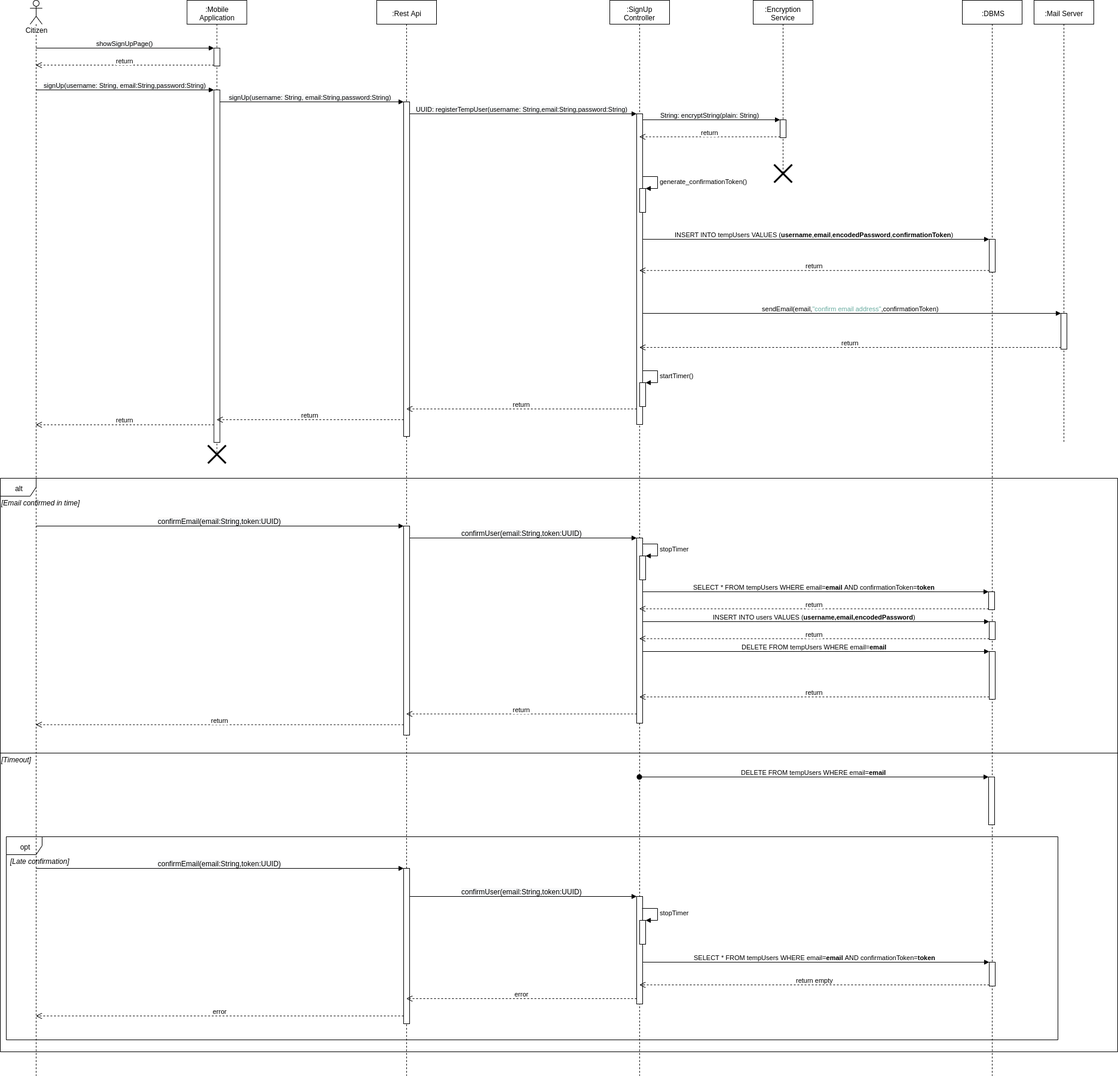
This is DD/images/Register_citizen_sequence_diagram.png from University-Projects-Secco/RahbariSecco, a draw.io export, as it was before one commit. Source tidied: cells renumbered, new cells last; positions are measured from the earlier drawing's top-left corner, leaving out a move shared by most shapes.
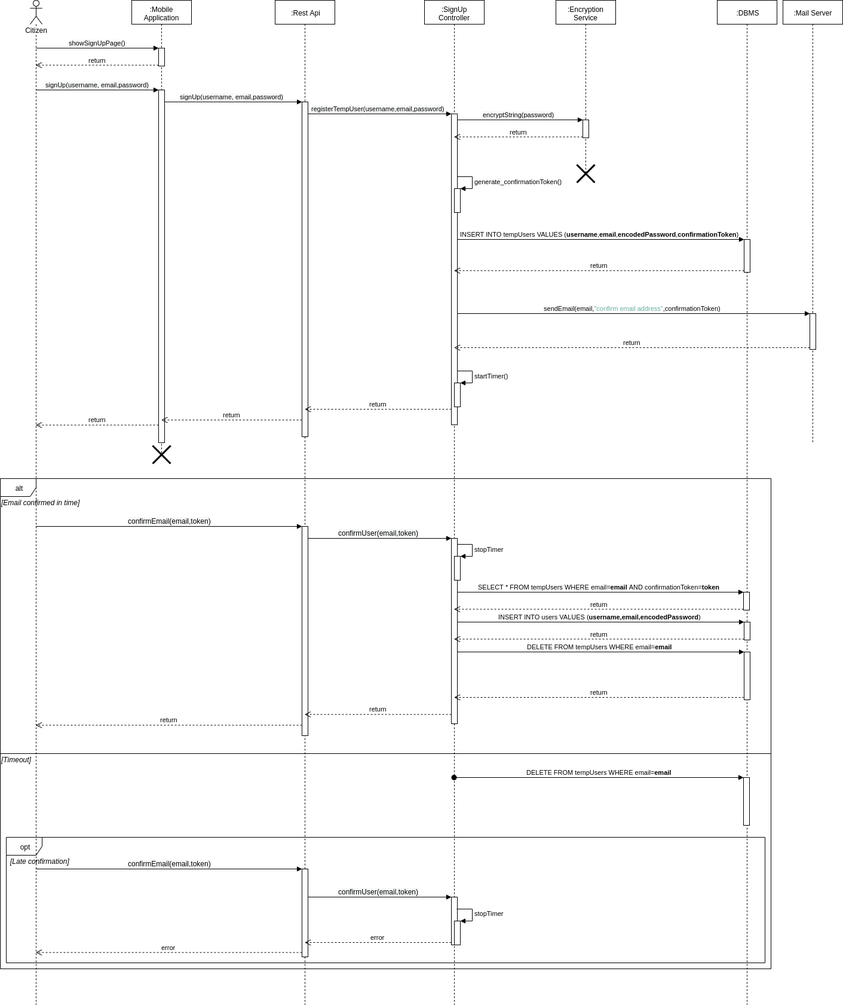
Above is the later version.

The edit, as a diff of the source:
```diff
@@ -2,16 +2,19 @@
   <root>
     <mxCell id="0" />
     <mxCell id="1" parent="0" />
+    <mxCell id="3" value="alt" style="shape=umlFrame;whiteSpace=wrap;html=1;" parent="1" vertex="1">
+      <mxGeometry y="800" width="1290" height="820" as="geometry" />
+    </mxCell>
+    <mxCell id="14" value="opt" style="shape=umlFrame;whiteSpace=wrap;html=1;" parent="1" vertex="1">
+      <mxGeometry x="10" y="1400" width="1270" height="210" as="geometry" />
+    </mxCell>
-    <mxCell id="2" value="&lt;span style=&quot;text-align: left ; background-color: rgb(248 , 249 , 250)&quot;&gt;String: encryptString(plain: String)&lt;/span&gt;" style="html=1;verticalAlign=bottom;endArrow=block;entryX=0;entryY=0;" parent="1" edge="1" source="53" target="25">
+    <mxCell id="2" value="&lt;span style=&quot;text-align: left ; background-color: rgb(248 , 249 , 250)&quot;&gt;encryptString(password)&lt;/span&gt;" style="html=1;verticalAlign=bottom;endArrow=block;entryX=0;entryY=0;" parent="1" edge="1" source="53" target="25">
       <mxGeometry relative="1" as="geometry" />
     </mxCell>
-    <mxCell id="3" value="alt" style="shape=umlFrame;whiteSpace=wrap;html=1;" parent="1" vertex="1">
-      <mxGeometry y="800" width="1870" height="960" as="geometry" />
-    </mxCell>
-    <mxCell id="4" value="&lt;span style=&quot;text-align: left ; background-color: rgb(248 , 249 , 250)&quot;&gt;signUp(username: String, email:String,password:String)&lt;/span&gt;" style="html=1;verticalAlign=bottom;endArrow=block;entryX=0;entryY=0;" parent="1" edge="1" source="16" target="21">
+    <mxCell id="4" value="&lt;span style=&quot;text-align: left ; background-color: rgb(248 , 249 , 250)&quot;&gt;signUp(username, email,password)&lt;/span&gt;" style="html=1;verticalAlign=bottom;endArrow=block;entryX=0;entryY=0;" parent="1" edge="1" source="16" target="21">
       <mxGeometry relative="1" as="geometry" />
     </mxCell>
-    <mxCell id="5" value="&lt;span style=&quot;text-align: left ; background-color: rgb(248 , 249 , 250)&quot;&gt;UUID: registerTempUser(username: String,email:String,password:String)&lt;/span&gt;" style="html=1;verticalAlign=bottom;endArrow=block;entryX=0;entryY=0;" parent="1" edge="1" source="20" target="54">
+    <mxCell id="5" value="&lt;span style=&quot;text-align: left ; background-color: rgb(248 , 249 , 250)&quot;&gt;registerTempUser(username,email,password)&lt;/span&gt;" style="html=1;verticalAlign=bottom;endArrow=block;entryX=0;entryY=0;" parent="1" edge="1" source="20" target="54">
       <mxGeometry relative="1" as="geometry" />
     </mxCell>
     <mxCell id="6" value="INSERT INTO tempUsers VALUES (&lt;b&gt;username&lt;/b&gt;,&lt;b&gt;email&lt;/b&gt;,&lt;b&gt;encodedPassword&lt;/b&gt;,&lt;b&gt;confirmationToken&lt;/b&gt;)" style="html=1;verticalAlign=bottom;endArrow=block;entryX=0;entryY=0;" parent="1" edge="1" source="53" target="30">
@@ -20,7 +23,7 @@
     <mxCell id="7" value="sendEmail(email,&lt;font color=&quot;#67ab9f&quot;&gt;&quot;confirm email address&quot;&lt;/font&gt;,confirmationToken)" style="html=1;verticalAlign=bottom;endArrow=block;entryX=0;entryY=0;" parent="1" edge="1" source="53" target="28">
       <mxGeometry relative="1" as="geometry" />
     </mxCell>
-    <mxCell id="8" value="&lt;span style=&quot;font-size: 12px ; text-align: left ; background-color: rgb(248 , 249 , 250)&quot;&gt;confirmUser(email:String,token:UUID)&lt;/span&gt;" style="html=1;verticalAlign=bottom;endArrow=block;entryX=0;entryY=0;" parent="1" edge="1" source="20" target="59">
+    <mxCell id="8" value="&lt;span style=&quot;font-size: 12px ; text-align: left ; background-color: rgb(248 , 249 , 250)&quot;&gt;confirmUser(email,token)&lt;/span&gt;" style="html=1;verticalAlign=bottom;endArrow=block;entryX=0;entryY=0;" parent="1" edge="1" source="20" target="59">
       <mxGeometry relative="1" as="geometry" />
     </mxCell>
     <mxCell id="9" value="SELECT * FROM tempUsers WHERE email=&lt;b&gt;email &lt;/b&gt;AND confirmationToken=&lt;b&gt;token&lt;/b&gt;" style="html=1;verticalAlign=bottom;endArrow=block;entryX=0;entryY=0;" parent="1" edge="1" source="53" target="31">
@@ -32,20 +35,14 @@
     <mxCell id="11" value="DELETE FROM tempUsers WHERE email=&lt;b&gt;email&lt;/b&gt;" style="html=1;verticalAlign=bottom;endArrow=block;entryX=0;entryY=0;" parent="1" edge="1" source="53" target="33">
       <mxGeometry relative="1" as="geometry" />
     </mxCell>
-    <mxCell id="12" value="&lt;span style=&quot;font-size: 12px ; text-align: left ; background-color: rgb(248 , 249 , 250)&quot;&gt;confirmUser(email:String,token:UUID)&lt;/span&gt;" style="html=1;verticalAlign=bottom;endArrow=block;entryX=0;entryY=0;" parent="1" edge="1" source="20" target="62">
+    <mxCell id="12" value="&lt;span style=&quot;font-size: 12px ; text-align: left ; background-color: rgb(248 , 249 , 250)&quot;&gt;confirmUser(email,token)&lt;/span&gt;" style="html=1;verticalAlign=bottom;endArrow=block;entryX=0;entryY=0;" parent="1" edge="1" source="20" target="62">
       <mxGeometry relative="1" as="geometry" />
     </mxCell>
-    <mxCell id="13" value="SELECT * FROM tempUsers WHERE email=&lt;b&gt;email&amp;nbsp;&lt;/b&gt;AND confirmationToken=&lt;b&gt;token&lt;/b&gt;" style="html=1;verticalAlign=bottom;endArrow=block;entryX=0;entryY=0;" parent="1" edge="1" source="53" target="35">
-      <mxGeometry relative="1" as="geometry" />
-    </mxCell>
-    <mxCell id="14" value="opt" style="shape=umlFrame;whiteSpace=wrap;html=1;" parent="1" vertex="1">
-      <mxGeometry x="10" y="1400" width="1760" height="340" as="geometry" />
-    </mxCell>
     <mxCell id="15" value="Citizen" style="shape=umlLifeline;participant=umlActor;perimeter=lifelinePerimeter;whiteSpace=wrap;html=1;verticalAlign=top;spacingTop=36;labelBackgroundColor=#ffffff;outlineConnect=0;" parent="1" vertex="1">
-      <mxGeometry x="50" width="20" height="1800" as="geometry" />
+      <mxGeometry x="50" width="20" height="1680" as="geometry" />
     </mxCell>
     <mxCell id="16" value=":Mobile Application" style="shape=umlLifeline;perimeter=lifelinePerimeter;whiteSpace=wrap;html=1;outlineConnect=0;" parent="1" vertex="1">
-      <mxGeometry x="312.5" width="100" height="760" as="geometry" />
+      <mxGeometry x="220" width="100" height="760" as="geometry" />
     </mxCell>
     <mxCell id="17" style="html=1;points=[];perimeter=orthogonalPerimeter;" parent="16" vertex="1">
       <mxGeometry x="45" y="80" width="10" height="30" as="geometry" />
@@ -57,19 +54,19 @@
       <mxGeometry x="35" y="745" width="30" height="30" as="geometry" />
     </mxCell>
     <mxCell id="20" value=":Rest Api" style="shape=umlLifeline;perimeter=lifelinePerimeter;whiteSpace=wrap;html=1;outlineConnect=0;" parent="1" vertex="1">
-      <mxGeometry x="630" width="100" height="1800" as="geometry" />
+      <mxGeometry x="460" width="100" height="1680" as="geometry" />
     </mxCell>
     <mxCell id="21" style="html=1;points=[];perimeter=orthogonalPerimeter;" parent="20" vertex="1">
       <mxGeometry x="45" y="170" width="10" height="560" as="geometry" />
     </mxCell>
     <mxCell id="22" style="html=1;points=[];perimeter=orthogonalPerimeter;" parent="20" vertex="1">
-      <mxGeometry x="45" y="1453" width="10" height="260" as="geometry" />
+      <mxGeometry x="45" y="1453" width="10" height="147" as="geometry" />
     </mxCell>
     <mxCell id="23" style="html=1;points=[];perimeter=orthogonalPerimeter;" parent="20" vertex="1">
       <mxGeometry x="45" y="880" width="10" height="350" as="geometry" />
     </mxCell>
     <mxCell id="24" value=":Encryption Service" style="shape=umlLifeline;perimeter=lifelinePerimeter;whiteSpace=wrap;html=1;" parent="1" vertex="1">
-      <mxGeometry x="1260" width="100" height="290" as="geometry" />
+      <mxGeometry x="930" width="100" height="290" as="geometry" />
     </mxCell>
     <mxCell id="25" style="html=1;points=[];perimeter=orthogonalPerimeter;" parent="24" vertex="1">
       <mxGeometry x="45" y="200" width="10" height="30" as="geometry" />
@@ -78,13 +75,13 @@
       <mxGeometry x="35" y="275" width="30" height="30" as="geometry" />
     </mxCell>
     <mxCell id="27" value=":Mail Server" style="shape=umlLifeline;perimeter=lifelinePerimeter;whiteSpace=wrap;html=1;" parent="1" vertex="1">
-      <mxGeometry x="1730" width="100" height="740" as="geometry" />
+      <mxGeometry x="1310" width="100" height="740" as="geometry" />
     </mxCell>
     <mxCell id="28" style="html=1;points=[];perimeter=orthogonalPerimeter;" parent="27" vertex="1">
       <mxGeometry x="45" y="524" width="10" height="60" as="geometry" />
     </mxCell>
     <mxCell id="29" value=":DBMS" style="shape=umlLifeline;perimeter=lifelinePerimeter;whiteSpace=wrap;html=1;" parent="1" vertex="1">
-      <mxGeometry x="1610" width="100" height="1800" as="geometry" />
+      <mxGeometry x="1200" width="100" height="1680" as="geometry" />
     </mxCell>
     <mxCell id="30" style="html=1;points=[];perimeter=orthogonalPerimeter;" parent="29" vertex="1">
       <mxGeometry x="45" y="400" width="10" height="55" as="geometry" />
@@ -101,16 +98,13 @@
     <mxCell id="34" style="html=1;points=[];perimeter=orthogonalPerimeter;" parent="29" vertex="1">
       <mxGeometry x="44" y="1300" width="10" height="80" as="geometry" />
     </mxCell>
-    <mxCell id="35" style="html=1;points=[];perimeter=orthogonalPerimeter;" parent="29" vertex="1">
-      <mxGeometry x="45" y="1610" width="10" height="40" as="geometry" />
-    </mxCell>
     <mxCell id="36" value="&lt;span style=&quot;text-align: left ; background-color: rgb(248 , 249 , 250)&quot;&gt;&lt;font style=&quot;font-size: 11px&quot;&gt;showSignUpPage()&lt;/font&gt;&lt;/span&gt;" style="html=1;verticalAlign=bottom;endArrow=block;entryX=0;entryY=0;" parent="1" edge="1" source="15" target="17">
       <mxGeometry relative="1" as="geometry" />
     </mxCell>
     <mxCell id="37" value="return" style="html=1;verticalAlign=bottom;endArrow=open;dashed=1;endSize=8;exitX=0;exitY=0.95;" parent="1" edge="1" source="17" target="15">
       <mxGeometry relative="1" as="geometry" />
     </mxCell>
-    <mxCell id="38" value="&lt;span style=&quot;text-align: left ; background-color: rgb(248 , 249 , 250)&quot;&gt;&lt;font style=&quot;font-size: 11px&quot;&gt;signUp(username: String, email:String,password:String)&lt;/font&gt;&lt;/span&gt;" style="html=1;verticalAlign=bottom;endArrow=block;entryX=0;entryY=0;" parent="1" edge="1" source="15" target="18">
+    <mxCell id="38" value="&lt;span style=&quot;text-align: left ; background-color: rgb(248 , 249 , 250)&quot;&gt;&lt;font style=&quot;font-size: 11px&quot;&gt;signUp(username, email,password)&lt;/font&gt;&lt;/span&gt;" style="html=1;verticalAlign=bottom;endArrow=block;entryX=0;entryY=0;" parent="1" edge="1" source="15" target="18">
       <mxGeometry relative="1" as="geometry" />
     </mxCell>
     <mxCell id="39" value="return" style="html=1;verticalAlign=bottom;endArrow=open;dashed=1;endSize=8;exitX=0;exitY=0.95;" parent="1" edge="1" source="18" target="15">
@@ -125,7 +119,7 @@
     <mxCell id="42" value="&lt;i&gt;[Email confirmed in time]&lt;/i&gt;" style="text;html=1;align=left;verticalAlign=middle;" parent="1" vertex="1">
       <mxGeometry y="830" width="150" height="20" as="geometry" />
     </mxCell>
-    <mxCell id="43" value="&lt;span style=&quot;font-size: 12px ; text-align: left ; background-color: rgb(248 , 249 , 250)&quot;&gt;confirmEmail(email:String,token:UUID)&lt;/span&gt;" style="html=1;verticalAlign=bottom;endArrow=block;entryX=0;entryY=0;" parent="1" edge="1" source="15" target="23">
+    <mxCell id="43" value="&lt;span style=&quot;font-size: 12px ; text-align: left ; background-color: rgb(248 , 249 , 250)&quot;&gt;confirmEmail(email,token)&lt;/span&gt;" style="html=1;verticalAlign=bottom;endArrow=block;entryX=0;entryY=0;" parent="1" edge="1" source="15" target="23">
       <mxGeometry relative="1" as="geometry" />
     </mxCell>
     <mxCell id="44" value="return" style="html=1;verticalAlign=bottom;endArrow=open;dashed=1;endSize=8;exitX=0;exitY=0.95;" parent="1" edge="1" source="23" target="15">
@@ -135,7 +129,7 @@
       <mxGeometry relative="1" as="geometry" />
     </mxCell>
     <mxCell id="46" style="line;strokeWidth=1;fillColor=none;align=left;verticalAlign=middle;spacingTop=-1;spacingLeft=3;spacingRight=3;labelPosition=right;" parent="1" vertex="1">
-      <mxGeometry y="1256" width="1870" height="8" as="geometry" />
+      <mxGeometry y="1256" width="1290" height="8" as="geometry" />
     </mxCell>
     <mxCell id="47" value="&lt;i&gt;[Timeout]&lt;/i&gt;" style="text;html=1;align=left;verticalAlign=middle;" parent="1" vertex="1">
       <mxGeometry y="1260" width="70" height="20" as="geometry" />
@@ -146,7 +140,7 @@
     <mxCell id="49" value="&lt;i&gt;[Late confirmation]&lt;/i&gt;" style="text;html=1;align=left;verticalAlign=middle;" parent="1" vertex="1">
       <mxGeometry x="15" y="1430" width="110" height="20" as="geometry" />
     </mxCell>
-    <mxCell id="50" value="&lt;span style=&quot;font-size: 12px ; text-align: left ; background-color: rgb(248 , 249 , 250)&quot;&gt;confirmEmail(email:String,token:UUID)&lt;/span&gt;" style="html=1;verticalAlign=bottom;endArrow=block;entryX=0;entryY=0;" parent="1" edge="1" source="15" target="22">
+    <mxCell id="50" value="&lt;span style=&quot;font-size: 12px ; text-align: left ; background-color: rgb(248 , 249 , 250)&quot;&gt;confirmEmail(email,token)&lt;/span&gt;" style="html=1;verticalAlign=bottom;endArrow=block;entryX=0;entryY=0;" parent="1" edge="1" source="15" target="22">
       <mxGeometry relative="1" as="geometry" />
     </mxCell>
     <mxCell id="51" value="error" style="html=1;verticalAlign=bottom;endArrow=open;dashed=1;endSize=8;exitX=0;exitY=0.95;" parent="1" edge="1" source="22" target="15">
@@ -156,7 +150,7 @@
       <mxGeometry relative="1" as="geometry" />
     </mxCell>
     <mxCell id="53" value=":SignUp Controller" style="shape=umlLifeline;perimeter=lifelinePerimeter;whiteSpace=wrap;html=1;outlineConnect=0;" parent="1" vertex="1">
-      <mxGeometry x="1020" width="100" height="1800" as="geometry" />
+      <mxGeometry x="710" width="100" height="1680" as="geometry" />
     </mxCell>
     <mxCell id="54" style="html=1;points=[];perimeter=orthogonalPerimeter;" parent="53" vertex="1">
       <mxGeometry x="45" y="190" width="10" height="520" as="geometry" />
@@ -198,7 +192,7 @@
       </mxGeometry>
     </mxCell>
     <mxCell id="62" style="html=1;points=[];perimeter=orthogonalPerimeter;" parent="53" vertex="1">
-      <mxGeometry x="45" y="1500" width="10" height="180" as="geometry" />
+      <mxGeometry x="45" y="1500" width="10" height="80" as="geometry" />
     </mxCell>
     <mxCell id="63" style="html=1;points=[];perimeter=orthogonalPerimeter;" parent="53" vertex="1">
       <mxGeometry x="50" y="1540" width="10" height="40" as="geometry" />
@@ -229,8 +223,5 @@
     <mxCell id="70" value="return" style="html=1;verticalAlign=bottom;endArrow=open;dashed=1;endSize=8;exitX=0;exitY=0.95;" parent="1" edge="1" source="33" target="53">
       <mxGeometry relative="1" as="geometry" />
     </mxCell>
-    <mxCell id="71" value="return empty" style="html=1;verticalAlign=bottom;endArrow=open;dashed=1;endSize=8;exitX=0;exitY=0.95;" parent="1" edge="1" source="35" target="53">
-      <mxGeometry relative="1" as="geometry" />
-    </mxCell>
   </root>
 </mxGraphModel>
```
